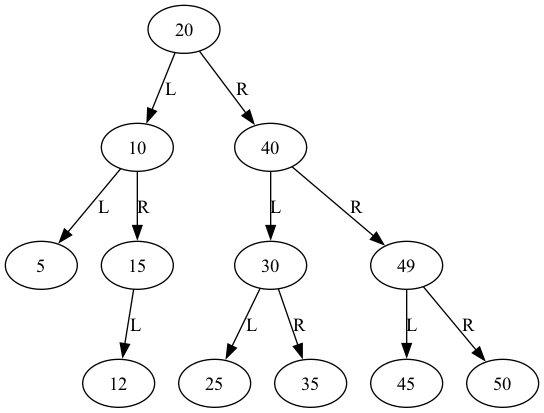
Above: ASp2/output.png in Mario263/ece-522-project (Graphviz), before the change. Its source is kept beside it as ASp2/output.dot. Its diagram source:
```dot
digraph AVLTree {
    20 -> 10 [label="L"];
    10 -> 5 [label="L"];
    10 -> 15 [label="R"];
    15 -> 12 [label="L"];
    20 -> 40 [label="R"];
    40 -> 30 [label="L"];
    30 -> 25 [label="L"];
    30 -> 35 [label="R"];
    40 -> 49 [label="R"];
    49 -> 45 [label="L"];
    49 -> 50 [label="R"];
}
```
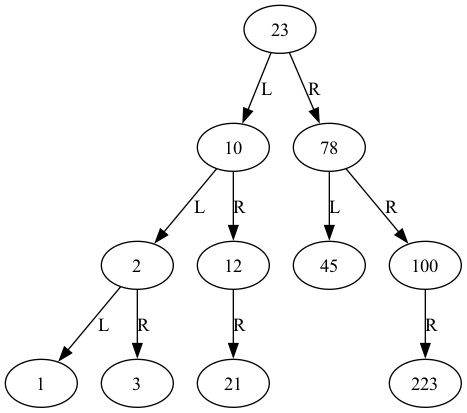
Later version of the same file.

What changed in the source:
```diff
@@ -1,13 +1,12 @@
 digraph AVLTree {
-    20 -> 10 [label="L"];
-    10 -> 5 [label="L"];
-    10 -> 15 [label="R"];
-    15 -> 12 [label="L"];
-    20 -> 40 [label="R"];
-    40 -> 30 [label="L"];
-    30 -> 25 [label="L"];
-    30 -> 35 [label="R"];
-    40 -> 49 [label="R"];
-    49 -> 45 [label="L"];
-    49 -> 50 [label="R"];
+    23 -> 10 [label="L"];
+    10 -> 2 [label="L"];
+    2 -> 1 [label="L"];
+    2 -> 3 [label="R"];
+    10 -> 12 [label="R"];
+    12 -> 21 [label="R"];
+    23 -> 78 [label="R"];
+    78 -> 45 [label="L"];
+    78 -> 100 [label="R"];
+    100 -> 223 [label="R"];
 }
```
